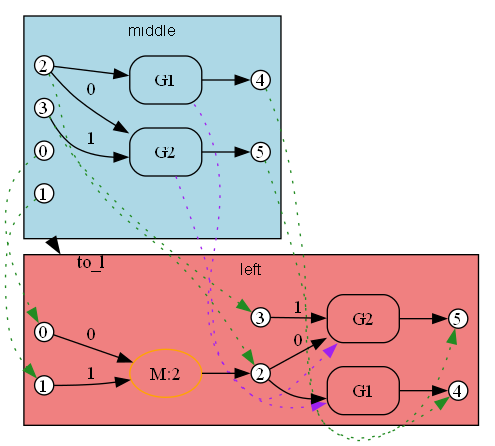
Above: crates/bhyp/images/test_copy_subst_commute/path2_substitution_result_span_to_l.png in ammatsui/bhypvis (Graphviz), before the change. Its source is kept beside it as crates/bhyp/images/test_copy_subst_commute/path2_substitution_result_span_to_l.dot. Its diagram source:
```dot
digraph Morphism {
  fontname="Helvetica"
  fontsize=12
  rankdir=LR;
  compound=true;
  newrank=true;

  subgraph cluster_domain {
    label="middle";
    style=filled;
    fillcolor="lightblue";
    fontname="Helvetica";
    fontsize=12;

    dom_n3 [label="3", shape=circle, style=filled, fillcolor=white, color="black", width=0.2, height=0.2, fixedsize=true];
    dom_n4 [label="4", shape=circle, style=filled, fillcolor=white, color="black", width=0.2, height=0.2, fixedsize=true];
    dom_n1 [label="1", shape=circle, style=filled, fillcolor=white, color="black", width=0.2, height=0.2, fixedsize=true];
    dom_n5 [label="5", shape=circle, style=filled, fillcolor=white, color="black", width=0.2, height=0.2, fixedsize=true];
    dom_n0 [label="0", shape=circle, style=filled, fillcolor=white, color="black", width=0.2, height=0.2, fixedsize=true];
    dom_n2 [label="2", shape=circle, style=filled, fillcolor=white, color="black", width=0.2, height=0.2, fixedsize=true];
    dom_e0 [label="G2", shape=box, style=rounded, color="black"];
    dom_e1 [label="G1", shape=box, style=rounded, color="black"];
    dom_n2 -> dom_e0 [label="0"];
    dom_n3 -> dom_e0 [label="1"];
    dom_e0 -> dom_n5 [label=""];
    dom_n2 -> dom_e1 [label=""];
    dom_e1 -> dom_n4 [label=""];
    dom_anchor [shape=point, width=0, height=0, style=invis];
  }

  subgraph cluster_codomain {
    label="left";
    style=filled;
    fillcolor="lightcoral";
    fontname="Helvetica";
    fontsize=12;

    cod_n2 [label="2", shape=circle, style=filled, fillcolor=white, color="black", width=0.2, height=0.2, fixedsize=true];
    cod_n5 [label="5", shape=circle, style=filled, fillcolor=white, color="black", width=0.2, height=0.2, fixedsize=true];
    cod_n1 [label="1", shape=circle, style=filled, fillcolor=white, color="black", width=0.2, height=0.2, fixedsize=true];
    cod_n0 [label="0", shape=circle, style=filled, fillcolor=white, color="black", width=0.2, height=0.2, fixedsize=true];
    cod_n3 [label="3", shape=circle, style=filled, fillcolor=white, color="black", width=0.2, height=0.2, fixedsize=true];
    cod_n4 [label="4", shape=circle, style=filled, fillcolor=white, color="black", width=0.2, height=0.2, fixedsize=true];
    cod_e2 [label="G1", shape=box, style=rounded, color="black"];
    cod_e1 [label="G2", shape=box, style=rounded, color="black"];
    cod_e0 [label="M:2", shape=ellipse, style=rounded, color="orange"];
    cod_n2 -> cod_e2 [label=""];
    cod_e2 -> cod_n4 [label=""];
    cod_n2 -> cod_e1 [label="0"];
    cod_n3 -> cod_e1 [label="1"];
    cod_e1 -> cod_n5 [label=""];
    cod_n0 -> cod_e0 [label="0"];
    cod_n1 -> cod_e0 [label="1"];
    cod_e0 -> cod_n2 [label=""];
    cod_anchor [shape=point, width=0, height=0, style=invis];
  }

  dom_n0 -> cod_n0 [style=dotted, color=forestgreen, constraint=false];
  dom_n1 -> cod_n1 [style=dotted, color=forestgreen, constraint=false];
  dom_n5 -> cod_n5 [style=dotted, color=forestgreen, constraint=false];
  dom_n2 -> cod_n2 [style=dotted, color=forestgreen, constraint=false];
  dom_n4 -> cod_n4 [style=dotted, color=forestgreen, constraint=false];
  dom_n3 -> cod_n3 [style=dotted, color=forestgreen, constraint=false];
  dom_e1 -> cod_e2 [style=dotted, color=purple, constraint=false];
  dom_e0 -> cod_e1 [style=dotted, color=purple, constraint=false];

  dom_anchor -> cod_anchor [lhead=cluster_codomain, ltail=cluster_domain, style=bold, color=black, label="to_l", penwidth=2];
}
```
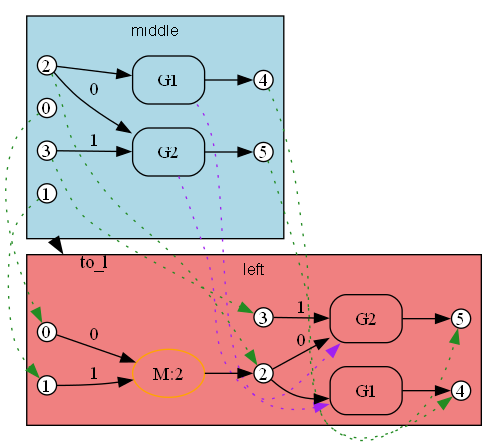
The same diagram one commit later.

The edit, as a diff of the source:
```diff
@@ -12,19 +12,19 @@
     fontname="Helvetica";
     fontsize=12;
 
+    dom_n2 [label="2", shape=circle, style=filled, fillcolor=white, color="black", width=0.2, height=0.2, fixedsize=true];
+    dom_n1 [label="1", shape=circle, style=filled, fillcolor=white, color="black", width=0.2, height=0.2, fixedsize=true];
     dom_n3 [label="3", shape=circle, style=filled, fillcolor=white, color="black", width=0.2, height=0.2, fixedsize=true];
+    dom_n0 [label="0", shape=circle, style=filled, fillcolor=white, color="black", width=0.2, height=0.2, fixedsize=true];
     dom_n4 [label="4", shape=circle, style=filled, fillcolor=white, color="black", width=0.2, height=0.2, fixedsize=true];
-    dom_n1 [label="1", shape=circle, style=filled, fillcolor=white, color="black", width=0.2, height=0.2, fixedsize=true];
     dom_n5 [label="5", shape=circle, style=filled, fillcolor=white, color="black", width=0.2, height=0.2, fixedsize=true];
-    dom_n0 [label="0", shape=circle, style=filled, fillcolor=white, color="black", width=0.2, height=0.2, fixedsize=true];
-    dom_n2 [label="2", shape=circle, style=filled, fillcolor=white, color="black", width=0.2, height=0.2, fixedsize=true];
+    dom_e1 [label="G1", shape=box, style=rounded, color="black"];
     dom_e0 [label="G2", shape=box, style=rounded, color="black"];
-    dom_e1 [label="G1", shape=box, style=rounded, color="black"];
+    dom_n2 -> dom_e1 [label=""];
+    dom_e1 -> dom_n4 [label=""];
     dom_n2 -> dom_e0 [label="0"];
     dom_n3 -> dom_e0 [label="1"];
     dom_e0 -> dom_n5 [label=""];
-    dom_n2 -> dom_e1 [label=""];
-    dom_e1 -> dom_n4 [label=""];
     dom_anchor [shape=point, width=0, height=0, style=invis];
   }
 
@@ -35,34 +35,34 @@
     fontname="Helvetica";
     fontsize=12;
 
+    cod_n1 [label="1", shape=circle, style=filled, fillcolor=white, color="black", width=0.2, height=0.2, fixedsize=true];
+    cod_n5 [label="5", shape=circle, style=filled, fillcolor=white, color="black", width=0.2, height=0.2, fixedsize=true];
+    cod_n0 [label="0", shape=circle, style=filled, fillcolor=white, color="black", width=0.2, height=0.2, fixedsize=true];
     cod_n2 [label="2", shape=circle, style=filled, fillcolor=white, color="black", width=0.2, height=0.2, fixedsize=true];
-    cod_n5 [label="5", shape=circle, style=filled, fillcolor=white, color="black", width=0.2, height=0.2, fixedsize=true];
-    cod_n1 [label="1", shape=circle, style=filled, fillcolor=white, color="black", width=0.2, height=0.2, fixedsize=true];
-    cod_n0 [label="0", shape=circle, style=filled, fillcolor=white, color="black", width=0.2, height=0.2, fixedsize=true];
     cod_n3 [label="3", shape=circle, style=filled, fillcolor=white, color="black", width=0.2, height=0.2, fixedsize=true];
     cod_n4 [label="4", shape=circle, style=filled, fillcolor=white, color="black", width=0.2, height=0.2, fixedsize=true];
+    cod_e0 [label="M:2", shape=ellipse, style=rounded, color="orange"];
+    cod_e1 [label="G2", shape=box, style=rounded, color="black"];
     cod_e2 [label="G1", shape=box, style=rounded, color="black"];
-    cod_e1 [label="G2", shape=box, style=rounded, color="black"];
-    cod_e0 [label="M:2", shape=ellipse, style=rounded, color="orange"];
-    cod_n2 -> cod_e2 [label=""];
-    cod_e2 -> cod_n4 [label=""];
+    cod_n0 -> cod_e0 [label="0"];
+    cod_n1 -> cod_e0 [label="1"];
+    cod_e0 -> cod_n2 [label=""];
     cod_n2 -> cod_e1 [label="0"];
     cod_n3 -> cod_e1 [label="1"];
     cod_e1 -> cod_n5 [label=""];
-    cod_n0 -> cod_e0 [label="0"];
-    cod_n1 -> cod_e0 [label="1"];
-    cod_e0 -> cod_n2 [label=""];
+    cod_n2 -> cod_e2 [label=""];
+    cod_e2 -> cod_n4 [label=""];
     cod_anchor [shape=point, width=0, height=0, style=invis];
   }
 
+  dom_n2 -> cod_n2 [style=dotted, color=forestgreen, constraint=false];
   dom_n0 -> cod_n0 [style=dotted, color=forestgreen, constraint=false];
+  dom_n3 -> cod_n3 [style=dotted, color=forestgreen, constraint=false];
+  dom_n5 -> cod_n5 [style=dotted, color=forestgreen, constraint=false];
   dom_n1 -> cod_n1 [style=dotted, color=forestgreen, constraint=false];
-  dom_n5 -> cod_n5 [style=dotted, color=forestgreen, constraint=false];
-  dom_n2 -> cod_n2 [style=dotted, color=forestgreen, constraint=false];
   dom_n4 -> cod_n4 [style=dotted, color=forestgreen, constraint=false];
-  dom_n3 -> cod_n3 [style=dotted, color=forestgreen, constraint=false];
+  dom_e0 -> cod_e1 [style=dotted, color=purple, constraint=false];
   dom_e1 -> cod_e2 [style=dotted, color=purple, constraint=false];
-  dom_e0 -> cod_e1 [style=dotted, color=purple, constraint=false];
 
   dom_anchor -> cod_anchor [lhead=cluster_codomain, ltail=cluster_domain, style=bold, color=black, label="to_l", penwidth=2];
 }
```
